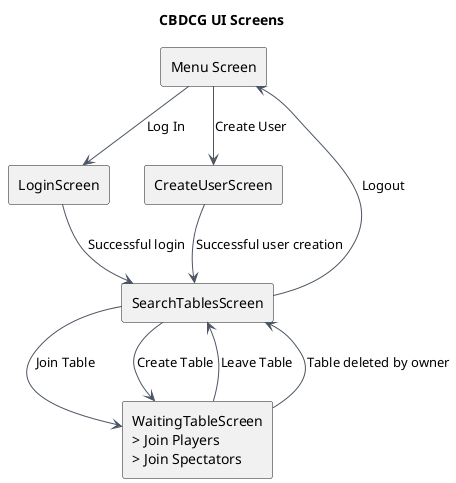
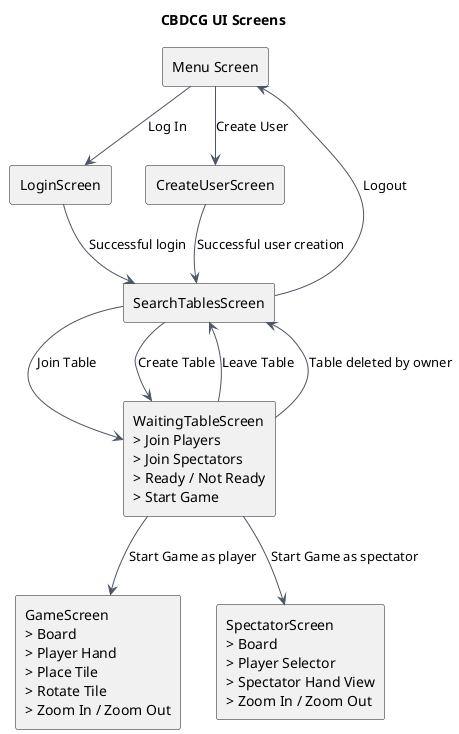
@startuml
title CBDCG UI Screens

skinparam backgroundColor white
skinparam shadowing false
skinparam defaultFontName Arial
skinparam packageStyle rectangle
skinparam ArrowColor #4B5563
skinparam NoteBackgroundColor #FFF8DC
skinparam NoteBorderColor #D4A017

rectangle "Menu Screen" as Menu

rectangle "LoginScreen" as Login

rectangle "CreateUserScreen" as CreateUser

rectangle "SearchTablesScreen" as SearchTables

- rectangle "WaitingTableScreen\n> Join Players\n> Join Spectators" as WaitingTable
+ rectangle "WaitingTableScreen\n> Join Players\n> Join Spectators\n> Ready / Not Ready\n> Start Game" as WaitingTable
+ 
+ rectangle "GameScreen\n> Board\n> Player Hand\n> Place Tile\n> Rotate Tile\n> Zoom In / Zoom Out" as Game
+ 
+ rectangle "SpectatorScreen\n> Board\n> Player Selector\n> Spectator Hand View\n> Zoom In / Zoom Out" as Spectator

Menu --> Login : Log In
Menu --> CreateUser : Create User

Login --> SearchTables : Successful login
CreateUser --> SearchTables : Successful user creation

SearchTables --> WaitingTable : Join Table
SearchTables --> WaitingTable : Create Table
SearchTables --> Menu : Logout

WaitingTable --> SearchTables : Leave Table
WaitingTable --> SearchTables : Table deleted by owner
- 
+ WaitingTable --> Game : Start Game as player
+ WaitingTable --> Spectator : Start Game as spectator

@enduml
